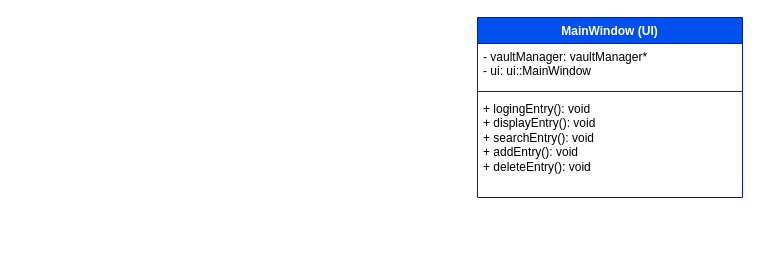
This is docs/UML_Password-Manager.drawio from WilmerSoriano/Password-Manager, a draw.io file, before an edit. Source tidied: cells renumbered, new cells numbered last; positions are measured from the earlier drawing's top-left corner, leaving out a move shared by most shapes. Both pictures are drawn from the tidied source at 100%, with x=0, y=0 at pixel (477, 17).
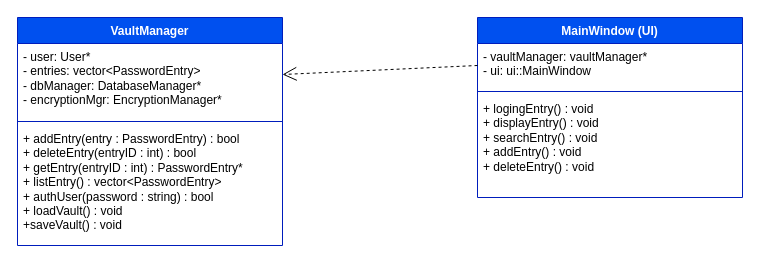
Above is the later version.

Commit message:
VaultManager diagram created

Diff of the diagram source:
```diff
@@
 <mxGraphModel>
   <root>
     <mxCell id="0" />
     <mxCell id="1" parent="0" />
     <mxCell id="2" value="MainWindow (UI)" style="swimlane;fontStyle=1;align=center;verticalAlign=top;horizontal=1;startSize=26;whiteSpace=wrap;html=1;fillColor=#0050ef;fontColor=#ffffff;strokeColor=#001DBC;" parent="1" vertex="1">
       <mxGeometry width="265" height="180" as="geometry" />
     </mxCell>
     <mxCell id="3" value="- vaultManager: vaultManager*&lt;div&gt;- ui: ui::MainWindow&lt;/div&gt;" style="text;strokeColor=none;fillColor=none;align=left;verticalAlign=top;spacingLeft=4;spacingRight=4;overflow=hidden;points=[[0,0.5],[1,0.5]];portConstraint=eastwest;whiteSpace=wrap;html=1;" parent="2" vertex="1">
       <mxGeometry y="26" width="265" height="44" as="geometry" />
     </mxCell>
     <mxCell id="4" style="line;strokeWidth=1;fillColor=none;align=left;verticalAlign=middle;spacingTop=-1;spacingLeft=3;spacingRight=3;labelPosition=right;strokeColor=inherit;" parent="2" vertex="1">
       <mxGeometry y="70" width="265" height="8" as="geometry" />
     </mxCell>
-    <mxCell id="5" value="+ logingEntry(): void&lt;div&gt;+ displayEntry(): void&lt;div&gt;+ searchEntry(): void&lt;/div&gt;&lt;div&gt;+ addEntry(): void&lt;br&gt;&lt;div&gt;+ deleteEntry(): void&lt;/div&gt;&lt;/div&gt;&lt;/div&gt;" style="text;strokeColor=none;fillColor=none;align=left;verticalAlign=top;spacingLeft=4;spacingRight=4;overflow=hidden;whiteSpace=wrap;html=1;" parent="2" vertex="1">
+    <mxCell id="5" value="+ logingEntry() : void&lt;div&gt;+ displayEntry() : void&lt;div&gt;+ searchEntry() : void&lt;/div&gt;&lt;div&gt;+ addEntry() : void&lt;br&gt;&lt;div&gt;+ deleteEntry() : void&lt;/div&gt;&lt;/div&gt;&lt;/div&gt;" style="text;strokeColor=none;fillColor=none;align=left;verticalAlign=top;spacingLeft=4;spacingRight=4;overflow=hidden;whiteSpace=wrap;html=1;" parent="2" vertex="1">
       <mxGeometry y="78" width="265" height="102" as="geometry" />
     </mxCell>
+    <mxCell id="6" value="VaultManager" style="swimlane;fontStyle=1;align=center;verticalAlign=top;horizontal=1;startSize=26;whiteSpace=wrap;html=1;fillColor=#0050ef;fontColor=#ffffff;strokeColor=#001DBC;" parent="1" vertex="1">
+      <mxGeometry x="-460" width="265" height="228" as="geometry" />
+    </mxCell>
+    <mxCell id="7" value="- user: User*&lt;div&gt;- entries: vector&amp;lt;PasswordEntry&amp;gt;&lt;/div&gt;&lt;div&gt;- dbManager: DatabaseManager*&lt;/div&gt;&lt;div&gt;- encryptionMgr: EncryptionManager*&lt;/div&gt;" style="text;strokeColor=none;fillColor=none;align=left;verticalAlign=top;spacingLeft=4;spacingRight=4;overflow=hidden;whiteSpace=wrap;html=1;" parent="6" vertex="1">
+      <mxGeometry y="26" width="265" height="74" as="geometry" />
+    </mxCell>
+    <mxCell id="8" style="line;strokeWidth=1;fillColor=none;align=left;verticalAlign=middle;spacingTop=-1;spacingLeft=3;spacingRight=3;labelPosition=right;strokeColor=inherit;" parent="6" vertex="1">
+      <mxGeometry y="100" width="265" height="8" as="geometry" />
+    </mxCell>
+    <mxCell id="9" value="+ addEntry(entry : PasswordEntry) : bool&lt;div&gt;+ deleteEntry(entryID : int) : bool&lt;/div&gt;&lt;div&gt;+ getEntry(entryID : int) : PasswordEntry*&lt;/div&gt;&lt;div&gt;+ listEntry() : vector&amp;lt;PasswordEntry&amp;gt;&lt;/div&gt;&lt;div&gt;+ authUser(password : string) : bool&lt;/div&gt;&lt;div&gt;+ loadVault() : void&lt;/div&gt;&lt;div&gt;+saveVault() : void&lt;/div&gt;" style="text;strokeColor=none;fillColor=none;align=left;verticalAlign=top;spacingLeft=4;spacingRight=4;overflow=hidden;whiteSpace=wrap;html=1;" parent="6" vertex="1">
+      <mxGeometry y="108" width="265" height="120" as="geometry" />
+    </mxCell>
+    <mxCell id="10" style="endArrow=open;endSize=12;dashed=1;html=1;rounded=0;exitX=0;exitY=0.5;exitDx=0;exitDy=0;entryX=1;entryY=0.25;entryDx=0;entryDy=0;" parent="1" edge="1" source="3" target="6">
+      <mxGeometry relative="1" as="geometry" />
+    </mxCell>
   </root>
 </mxGraphModel>
```
